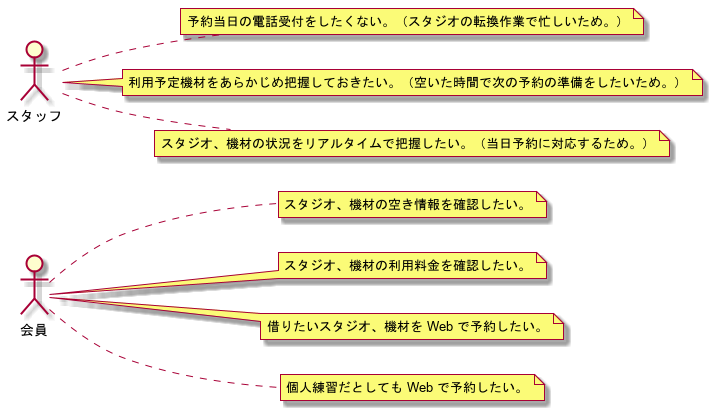
This is modeling/02_RequirementModel/RequirementModel.png from TakashiOnawa/ddd-practice-studio-reservation, a PlantUML export, as it was before one commit.
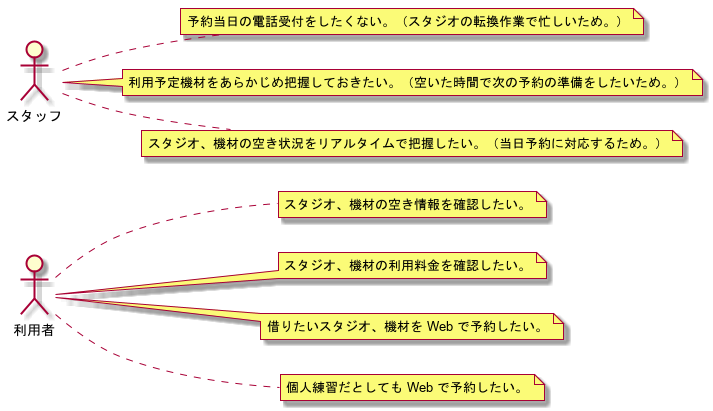
Above is the later version.

The edit, as a diff of the source:
```diff
@@ -2,13 +2,13 @@
 
 left to right direction
 
-actor 会員
+actor 利用者
 note right : スタジオ、機材の空き情報を確認したい。
-actor 会員
+actor 利用者
 note right : スタジオ、機材の利用料金を確認したい。
-actor 会員
+actor 利用者
 note right : 借りたいスタジオ、機材を Web で予約したい。
-actor 会員
+actor 利用者
 note right : 個人練習だとしても Web で予約したい。
 
 actor スタッフ
@@ -16,6 +16,6 @@
 actor スタッフ
 note right : 利用予定機材をあらかじめ把握しておきたい。（空いた時間で次の予約の準備をしたいため。）
 actor スタッフ
-note right : スタジオ、機材の状況をリアルタイムで把握したい。（当日予約に対応するため。）
+note right : スタジオ、機材の空き状況をリアルタイムで把握したい。（当日予約に対応するため。）
 
 @enduml
```
